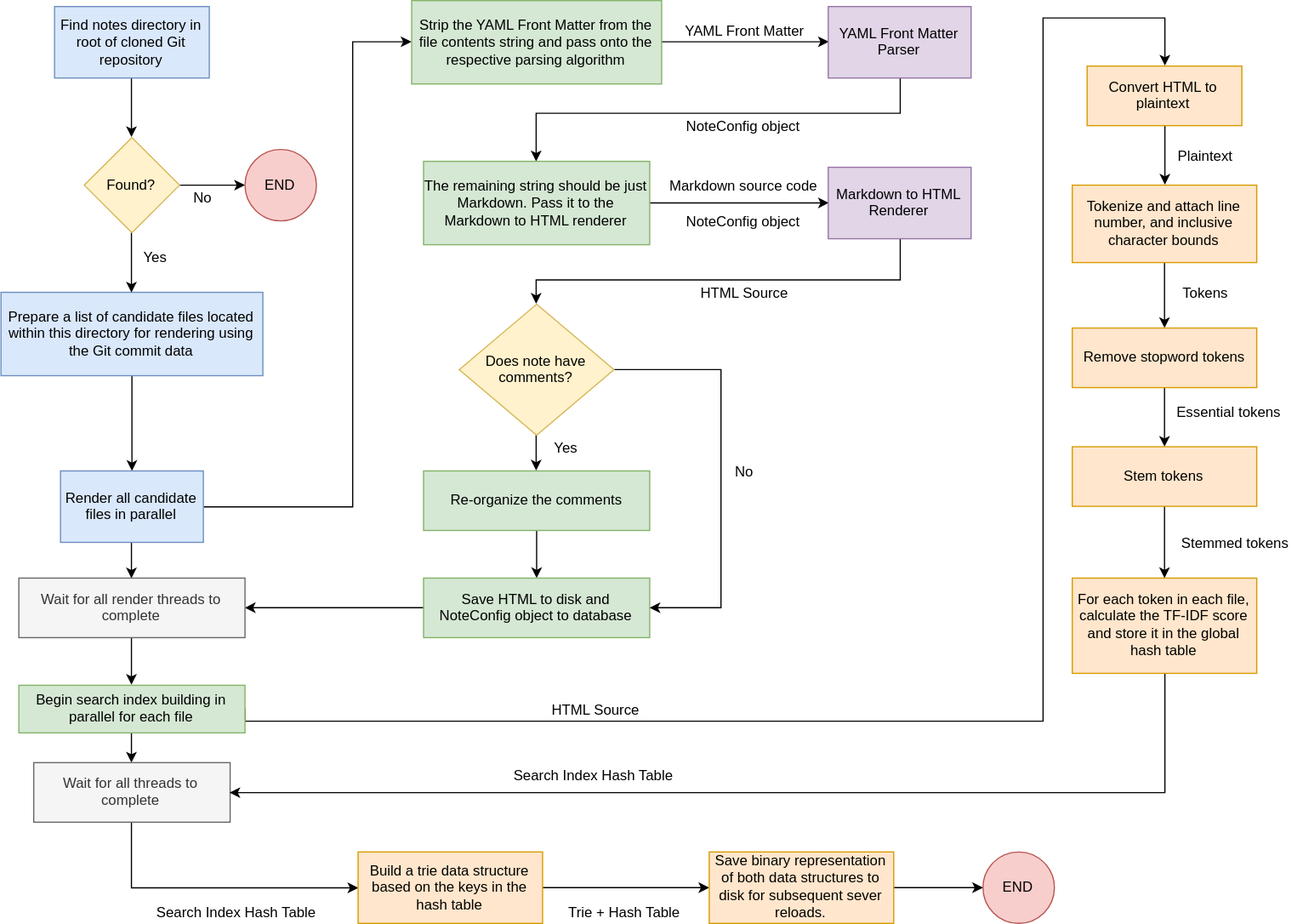
Before: assets/RenderSearchIndexFlowchart.svg, a diagram exported from draw.io (RohitAwate/NoteHero). Source tidied: cells renumbered, new cells last; positions are measured from the earlier drawing's top-left corner, leaving out a move shared by most shapes.
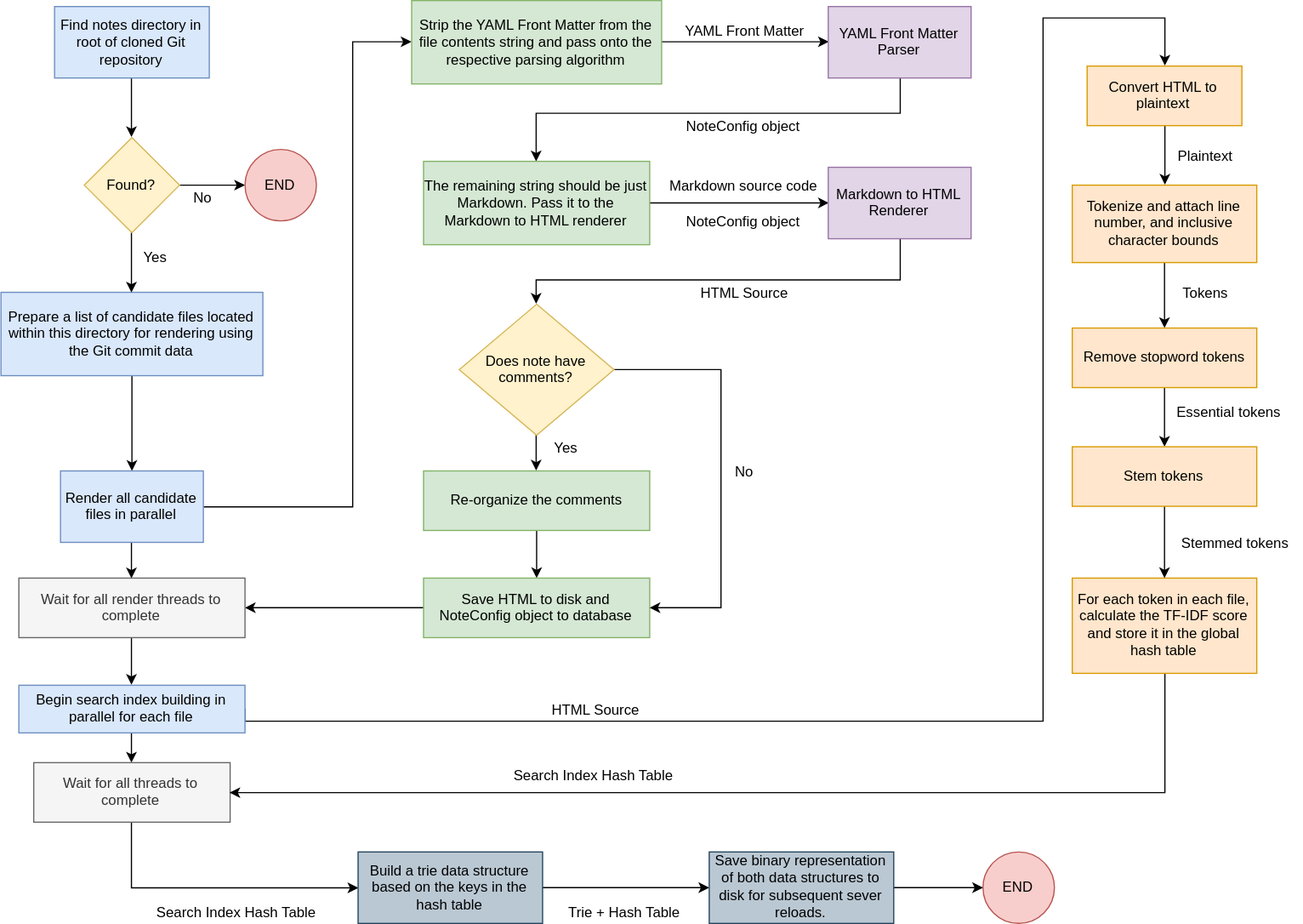
Later version of the same file.

Commit message:
Bootstrap Java project, minor changes to flowchart and DESIGN.md

Change to the diagram source:
```diff
@@ -170,7 +170,7 @@
     <mxCell id="47" style="edgeStyle=orthogonalEdgeStyle;rounded=0;jettySize=auto;html=1;" parent="1" edge="1" source="48" target="51">
       <mxGeometry relative="1" as="geometry" />
     </mxCell>
-    <mxCell id="48" value="Begin search index building in parallel for each file" style="rounded=0;whiteSpace=wrap;html=1;fillColor=#d5e8d4;strokeColor=#82b366;" parent="1" vertex="1">
+    <mxCell id="48" value="Begin search index building in parallel for each file" style="rounded=0;whiteSpace=wrap;html=1;fillColor=#dae8fc;strokeColor=#6c8ebf;" parent="1" vertex="1">
       <mxGeometry x="15" y="575" width="190" height="40" as="geometry" />
     </mxCell>
     <mxCell id="49" value="HTML Source" style="text;html=1;align=center;verticalAlign=middle;" parent="1" vertex="1">
@@ -195,13 +195,13 @@
     <mxCell id="54" style="edgeStyle=orthogonalEdgeStyle;rounded=0;jettySize=auto;html=1;" parent="1" edge="1" source="55" target="57">
       <mxGeometry relative="1" as="geometry" />
     </mxCell>
-    <mxCell id="55" value="Build a trie data structure based on the keys in the hash table" style="rounded=0;whiteSpace=wrap;html=1;fillColor=#ffe6cc;strokeColor=#d79b00;" parent="1" vertex="1">
+    <mxCell id="55" value="Build a trie data structure based on the keys in the hash table" style="rounded=0;whiteSpace=wrap;html=1;fillColor=#bac8d3;strokeColor=#23445d;" parent="1" vertex="1">
       <mxGeometry x="300" y="715" width="155" height="60" as="geometry" />
     </mxCell>
     <mxCell id="56" style="edgeStyle=orthogonalEdgeStyle;rounded=0;jettySize=auto;html=1;" parent="1" edge="1" source="57" target="32">
       <mxGeometry relative="1" as="geometry" />
     </mxCell>
-    <mxCell id="57" value="Save binary representation of both data structures to disk for subsequent sever reloads." style="rounded=0;whiteSpace=wrap;html=1;fillColor=#ffe6cc;strokeColor=#d79b00;" parent="1" vertex="1">
+    <mxCell id="57" value="Save binary representation of both data structures to disk for subsequent sever reloads." style="rounded=0;whiteSpace=wrap;html=1;fillColor=#bac8d3;strokeColor=#23445d;" parent="1" vertex="1">
       <mxGeometry x="595" y="715" width="155" height="60" as="geometry" />
     </mxCell>
     <mxCell id="58" style="edgeStyle=orthogonalEdgeStyle;rounded=0;jettySize=auto;html=1;" parent="1" edge="1" source="59" target="61">
```
